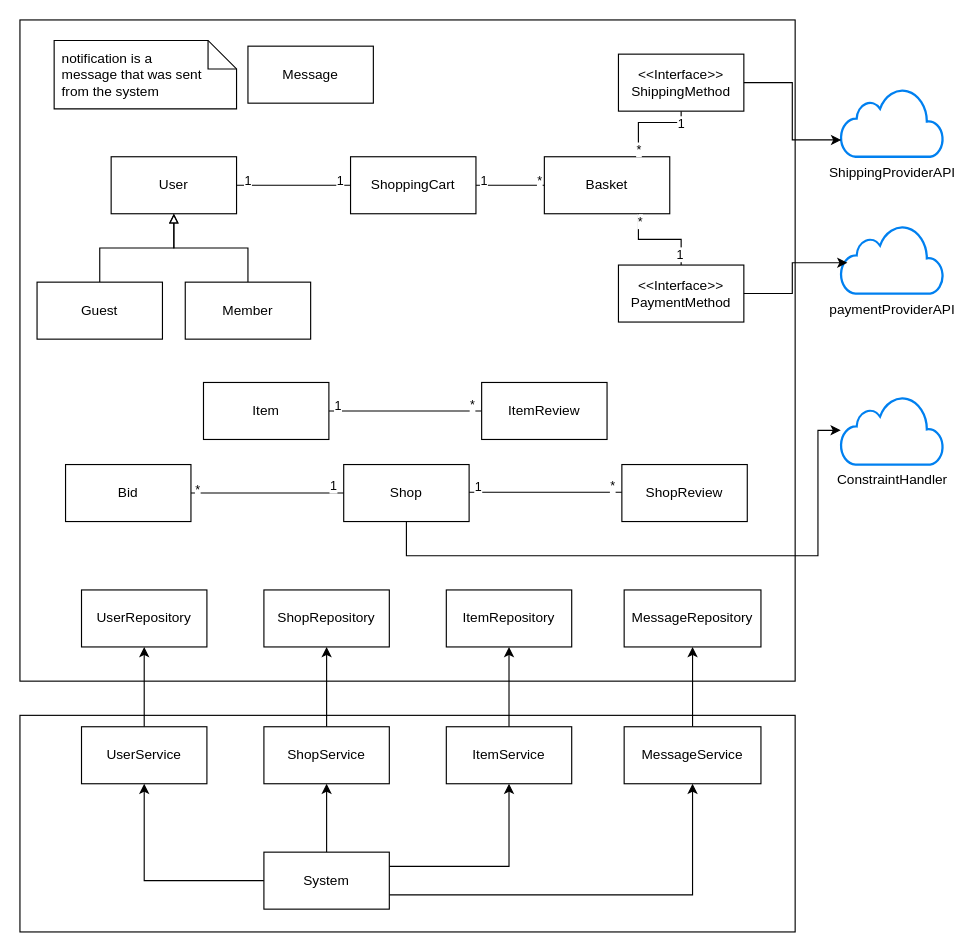
YehoGuy/ShoppingSystem keeps this draw.io diagram as whiteDiagram.drawio. Above is the earlier version. Source tidied: cells renumbered, new cells numbered last; positions are measured from the earlier drawing's top-left corner, leaving out a move shared by most shapes. Both pictures are drawn from the tidied source at 114%, with x=0, y=0 at pixel (19, 19).
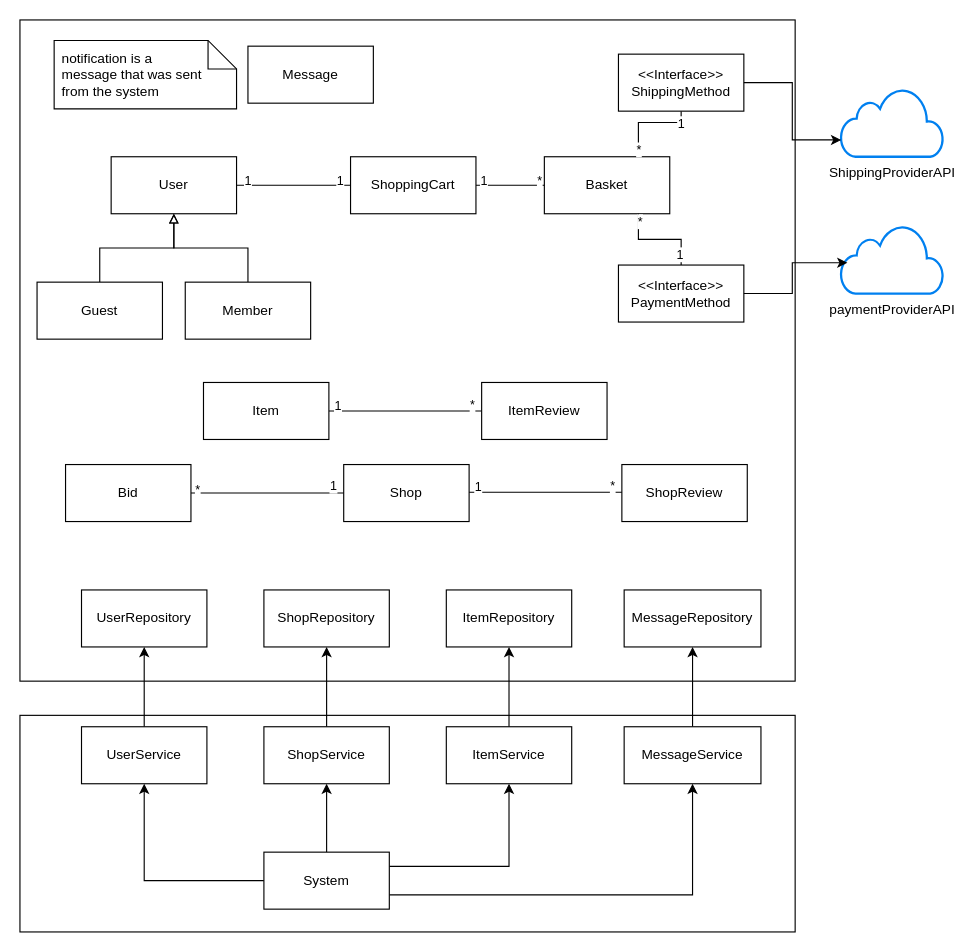
The same diagram, later.

Unchanged cells that the change refers to:
```xml
<mxCell id="10" value="Shop" style="html=1;whiteSpace=wrap;" parent="1" vertex="1">
  <mxGeometry x="284" y="390" width="110" height="50" as="geometry" />
</mxCell>
```

Change to the diagram source:
```diff
@@
-    <mxCell id="9" style="edgeStyle=orthogonalEdgeStyle;rounded=0;jettySize=auto;html=1;exitX=0.5;exitY=1;exitDx=0;exitDy=0;" parent="1" edge="1" source="10" target="64">
-      <mxGeometry relative="1" as="geometry">
-        <Array as="points">
-          <mxPoint x="339" y="470" />
-          <mxPoint x="700" y="470" />
-          <mxPoint x="700" y="360" />
-        </Array>
-      </mxGeometry>
-    </mxCell>
@@
-    <mxCell id="64" value="ConstraintHandler" style="html=1;verticalLabelPosition=bottom;align=center;labelBackgroundColor=#ffffff;verticalAlign=top;strokeWidth=2;strokeColor=#0080F0;shadow=0;dashed=0;shape=mxgraph.ios7.icons.cloud;" parent="1" vertex="1">
-      <mxGeometry x="720" y="330" width="90" height="60" as="geometry" />
-    </mxCell>
```
